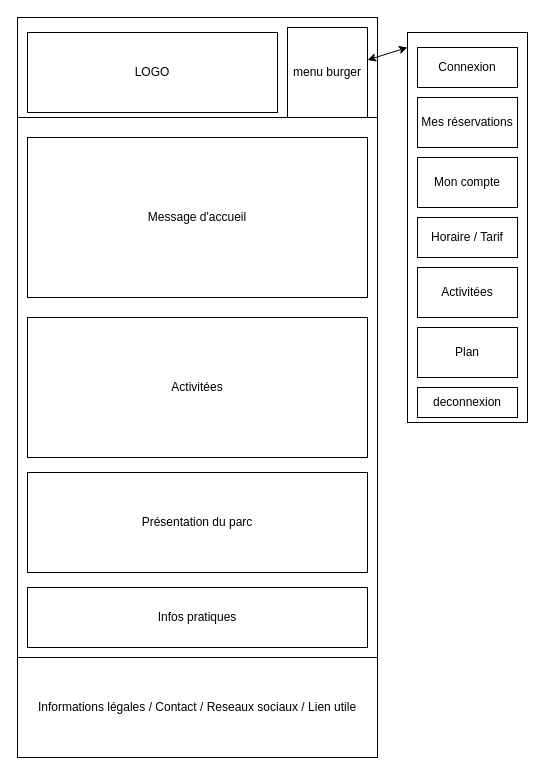
This is page "Home page" (1 of 6) of doc/wirefrime_mobile.drawio from SeguierJonathan/ZombieLand, a draw.io file, before an edit. Source tidied: cells renumbered, new cells numbered last; positions are measured from the earlier drawing's top-left corner, leaving out a move shared by most shapes. Both pictures are drawn from the tidied source at 100%, with x=0, y=0 at pixel (17, 17).
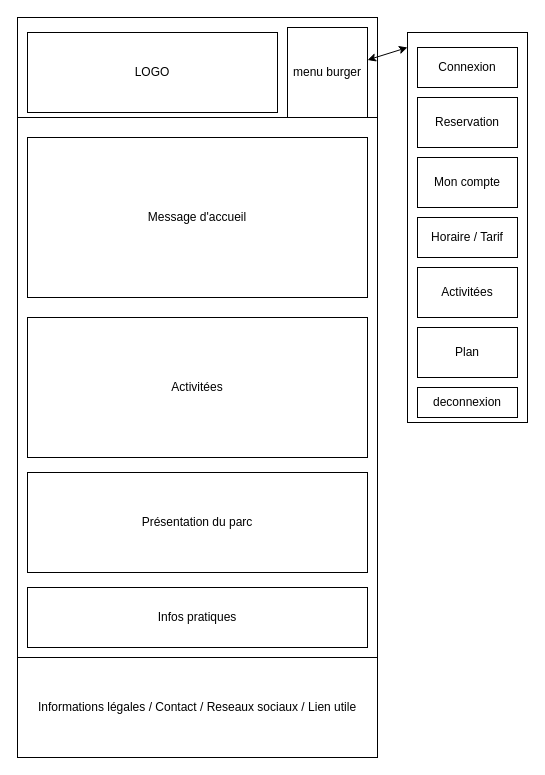
After the change.

The edit, as a diff of the source:
```diff
@@
-    <mxCell id="18" value="Mes réservations" style="rounded=0;whiteSpace=wrap;html=1;" parent="1" vertex="1">
+    <mxCell id="18" value="Reservation" style="rounded=0;whiteSpace=wrap;html=1;" parent="1" vertex="1">
       <mxGeometry x="400" y="80" width="100" height="50" as="geometry" />
     </mxCell>
```
